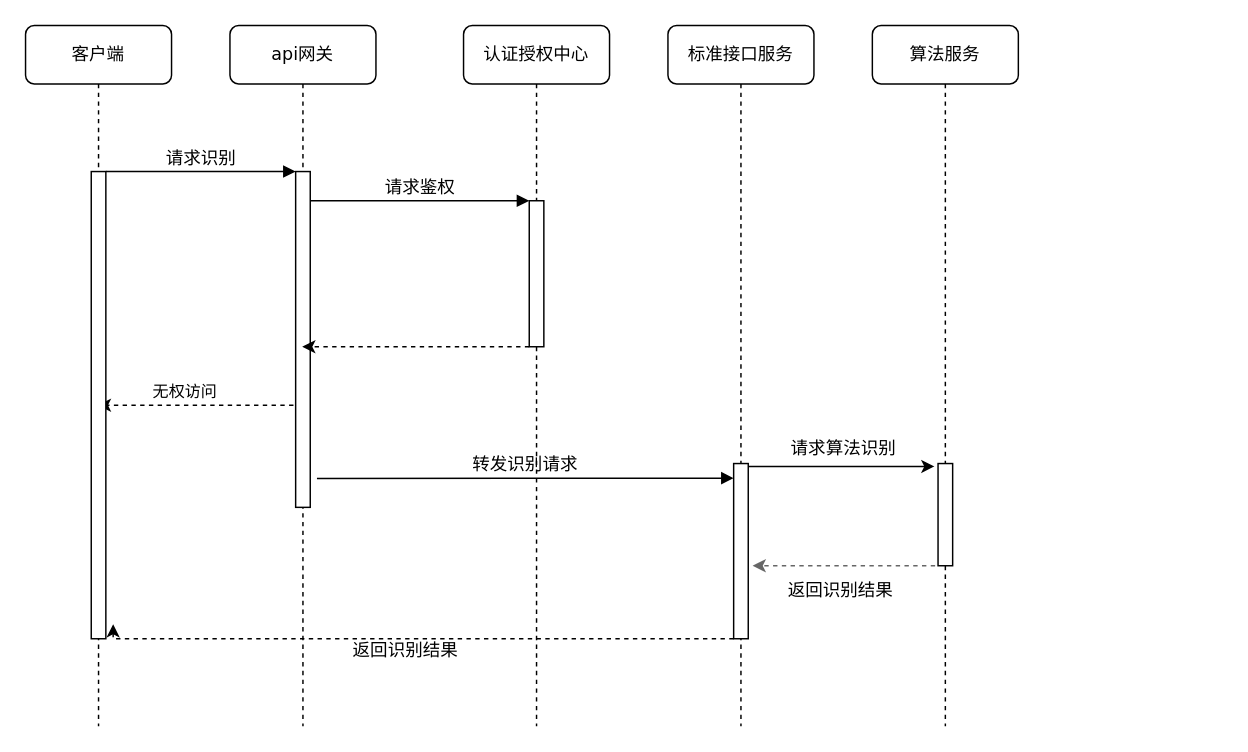
Above: server-image.drawio in luyuandeng/drawio (draw.io), before the change. Source tidied: cells renumbered, new cells numbered last; positions are measured from the earlier drawing's top-left corner, leaving out a move shared by most shapes. Both pictures are drawn from the tidied source at 146%, with x=0, y=0 at pixel (25, 25).
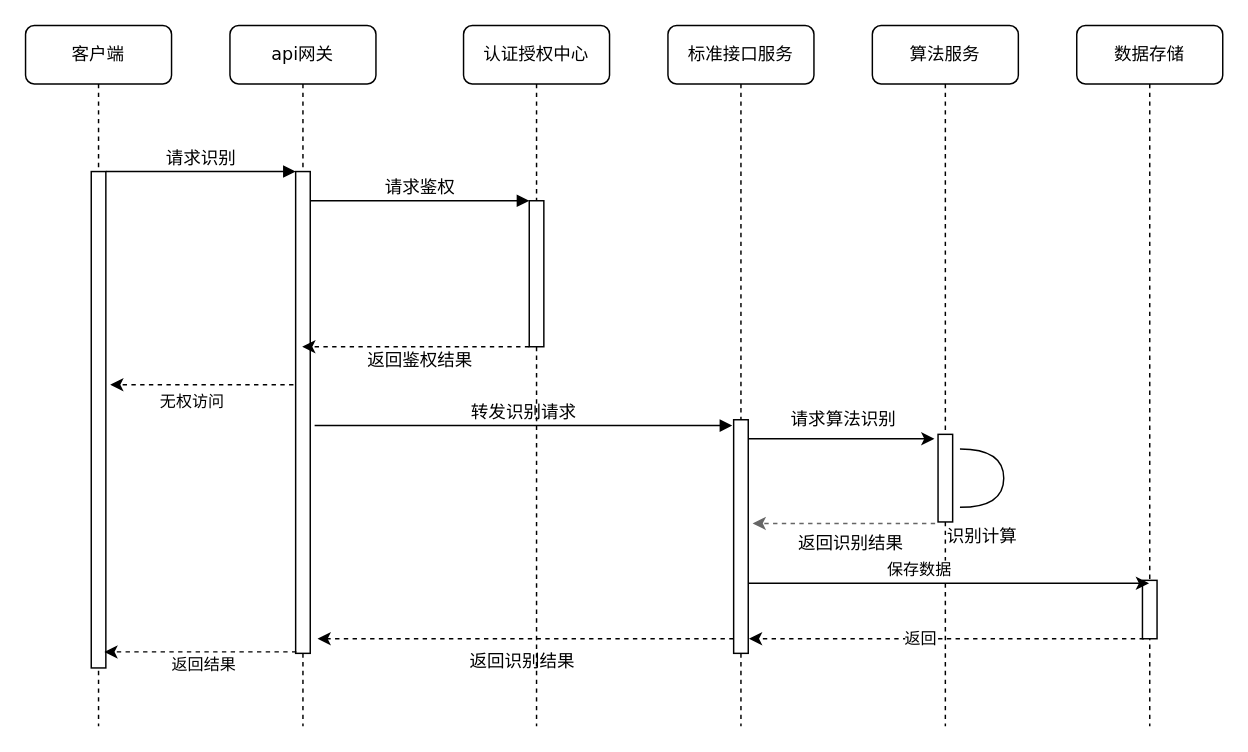
Above is the later version.

Unchanged cells that the change refers to:
```xml
<mxCell id="4" value="api网关" style="shape=umlLifeline;perimeter=lifelinePerimeter;whiteSpace=wrap;html=1;outlineConnect=0;rounded=1;shadow=0;comic=0;labelBackgroundColor=none;strokeWidth=1;fontFamily=Verdana;fontSize=12;align=center;" parent="1" vertex="1">
  <mxGeometry x="140" width="100" height="480" as="geometry" />
</mxCell>
<mxCell id="10" value="客户端" style="shape=umlLifeline;perimeter=lifelinePerimeter;whiteSpace=wrap;html=1;outlineConnect=0;rounded=1;shadow=0;comic=0;labelBackgroundColor=none;strokeWidth=1;fontFamily=Verdana;fontSize=12;align=center;" parent="1" vertex="1">
  <mxGeometry width="100" height="480" as="geometry" />
</mxCell>
```

The edit, as a diff of the source:
```diff
@@
-    <mxCell id="2" style="edgeStyle=orthogonalEdgeStyle;rounded=0;jettySize=auto;html=1;dashed=1;" parent="1" edge="1" source="4" target="10">
+    <mxCell id="2" style="edgeStyle=orthogonalEdgeStyle;rounded=0;orthogonalLoop=1;jettySize=auto;html=1;dashed=1;entryX=1.3;entryY=0.503;entryDx=0;entryDy=0;entryPerimeter=0;" parent="1" edge="1">
       <mxGeometry relative="1" as="geometry">
+        <mxPoint x="189.5" y="246" as="sourcePoint" />
+        <mxPoint x="58" y="246" as="targetPoint" />
         <Array as="points">
-          <mxPoint x="130" y="260" />
-          <mxPoint x="130" y="260" />
+          <mxPoint x="120" y="246" />
+          <mxPoint x="120" y="246" />
         </Array>
       </mxGeometry>
     </mxCell>
     <mxCell id="3" value="无权访问" style="edgeLabel;html=1;align=center;verticalAlign=middle;" parent="2" vertex="1">
       <mxGeometry x="0.15" y="-4" relative="1" as="geometry">
-        <mxPoint y="-6" as="offset" />
+        <mxPoint y="15" as="offset" />
       </mxGeometry>
     </mxCell>
@@
     <mxCell id="5" style="html=1;points=[];perimeter=orthogonalPerimeter;rounded=0;shadow=0;comic=0;labelBackgroundColor=none;strokeWidth=1;fontFamily=Verdana;fontSize=12;align=center;" parent="4" vertex="1">
-      <mxGeometry x="45" y="100" width="10" height="230" as="geometry" />
+      <mxGeometry x="45" y="100" width="10" height="330" as="geometry" />
     </mxCell>
@@
     <mxCell id="11" style="html=1;points=[];perimeter=orthogonalPerimeter;rounded=0;shadow=0;comic=0;labelBackgroundColor=none;strokeWidth=1;fontFamily=Verdana;fontSize=12;align=center;" parent="10" vertex="1">
-      <mxGeometry x="45" y="100" width="10" height="320" as="geometry" />
+      <mxGeometry x="45" y="100" width="10" height="340" as="geometry" />
     </mxCell>
     <mxCell id="12" style="edgeStyle=orthogonalEdgeStyle;rounded=0;orthogonalLoop=1;jettySize=auto;html=1;" parent="1" edge="1">
       <mxGeometry relative="1" as="geometry">
-        <mxPoint x="493" y="302" as="sourcePoint" />
-        <mxPoint x="622.5" y="302" as="targetPoint" />
+        <mxPoint x="493" y="283" as="sourcePoint" />
+        <mxPoint x="622.5" y="283" as="targetPoint" />
         <Array as="points">
-          <mxPoint x="563" y="302" />
-          <mxPoint x="563" y="302" />
+          <mxPoint x="563" y="283" />
+          <mxPoint x="563" y="283" />
         </Array>
       </mxGeometry>
     </mxCell>
     <mxCell id="13" style="edgeStyle=orthogonalEdgeStyle;rounded=0;jettySize=auto;html=1;dashed=1;" parent="1" edge="1" source="14">
       <mxGeometry relative="1" as="geometry">
-        <mxPoint x="60" y="410" as="targetPoint" />
+        <mxPoint x="200" y="420" as="targetPoint" />
         <Array as="points">
           <mxPoint x="490" y="420" />
           <mxPoint x="60" y="420" />
         </Array>
       </mxGeometry>
     </mxCell>
     <mxCell id="14" style="html=1;points=[];perimeter=orthogonalPerimeter;rounded=0;shadow=0;comic=0;labelBackgroundColor=none;strokeWidth=1;fontFamily=Verdana;fontSize=12;align=center;" parent="1" vertex="1">
-      <mxGeometry x="485" y="300" width="10" height="120" as="geometry" />
+      <mxGeometry x="485" y="270" width="10" height="160" as="geometry" />
     </mxCell>
-    <mxCell id="15" value="转发识别请求" style="html=1;verticalAlign=bottom;endArrow=block;labelBackgroundColor=none;fontFamily=Verdana;fontSize=12;edgeStyle=elbowEdgeStyle;elbow=vertical;exitX=1.46;exitY=0.914;exitDx=0;exitDy=0;exitPerimeter=0;" parent="1" edge="1" source="5" target="14">
+    <mxCell id="15" value="转发识别请求" style="html=1;verticalAlign=bottom;endArrow=block;labelBackgroundColor=none;fontFamily=Verdana;fontSize=12;edgeStyle=elbowEdgeStyle;elbow=vertical;" parent="1" edge="1">
       <mxGeometry relative="1" as="geometry">
+        <mxPoint x="198" y="274" as="sourcePoint" />
+        <mxPoint x="484" y="274" as="targetPoint" />
         <Array as="points">
-          <mxPoint x="200" y="310" />
-          <mxPoint x="280" y="320" />
-          <mxPoint x="300" y="290" />
-          <mxPoint x="190" y="290" />
-          <mxPoint x="360" y="140" />
+          <mxPoint x="379" y="274" />
+          <mxPoint x="199" y="304" />
+          <mxPoint x="279" y="314" />
+          <mxPoint x="299" y="284" />
+          <mxPoint x="189" y="284" />
+          <mxPoint x="359" y="134" />
         </Array>
       </mxGeometry>
     </mxCell>
     <mxCell id="16" style="edgeStyle=orthogonalEdgeStyle;rounded=0;orthogonalLoop=1;jettySize=auto;html=1;fillColor=#f5f5f5;strokeColor=#666666;dashed=1;" parent="1" edge="1">
       <mxGeometry relative="1" as="geometry">
-        <mxPoint x="623" y="370" as="sourcePoint" />
-        <mxPoint x="498" y="370" as="targetPoint" />
+        <mxPoint x="623" y="341" as="sourcePoint" />
+        <mxPoint x="498" y="341" as="targetPoint" />
         <Array as="points">
-          <mxPoint x="608" y="370" />
-          <mxPoint x="608" y="370" />
+          <mxPoint x="608" y="341" />
+          <mxPoint x="608" y="341" />
         </Array>
       </mxGeometry>
     </mxCell>
     <mxCell id="17" style="html=1;perimeter=orthogonalPerimeter;rounded=0;shadow=0;comic=0;labelBackgroundColor=none;strokeWidth=1;fontFamily=Verdana;fontSize=12;align=center;" parent="1" vertex="1">
-      <mxGeometry x="625" y="300" width="10" height="70" as="geometry" />
+      <mxGeometry x="625" y="280" width="10" height="60" as="geometry" />
     </mxCell>
@@
     <mxCell id="21" value="请求算法识别" style="text;html=1;align=center;verticalAlign=middle;" parent="1" vertex="1">
-      <mxGeometry x="515" y="280" width="90" height="20" as="geometry" />
+      <mxGeometry x="515" y="260" width="90" height="20" as="geometry" />
     </mxCell>
     <mxCell id="22" value="返回识别结果" style="text;html=1;align=center;verticalAlign=middle;" parent="1" vertex="1">
-      <mxGeometry x="513" y="377" width="90" height="20" as="geometry" />
+      <mxGeometry x="520" y="345" width="90" height="20" as="geometry" />
     </mxCell>
     <mxCell id="23" value="返回识别结果" style="text;html=1;align=center;verticalAlign=middle;" parent="1" vertex="1">
-      <mxGeometry x="215" y="418" width="90" height="20" as="geometry" />
+      <mxGeometry x="295" y="426" width="90" height="20" as="geometry" />
     </mxCell>
+    <mxCell id="24" value="返回鉴权结果" style="text;html=1;align=center;verticalAlign=middle;" parent="1" vertex="1">
+      <mxGeometry x="225" y="220" width="90" height="20" as="geometry" />
+    </mxCell>
+    <mxCell id="25" value="数据存储" style="shape=umlLifeline;perimeter=lifelinePerimeter;whiteSpace=wrap;html=1;rounded=1;shadow=0;comic=0;labelBackgroundColor=none;strokeWidth=1;fontFamily=Verdana;fontSize=12;align=center;" parent="1" vertex="1">
+      <mxGeometry x="720" width="100" height="480" as="geometry" />
+    </mxCell>
+    <mxCell id="26" style="html=1;perimeter=orthogonalPerimeter;rounded=0;shadow=0;comic=0;labelBackgroundColor=none;strokeWidth=1;fontFamily=Verdana;fontSize=12;align=center;" parent="25" vertex="1">
+      <mxGeometry x="45" y="380" width="10" height="40" as="geometry" />
+    </mxCell>
+    <mxCell id="27" value="识别计算" style="shape=requiredInterface;html=1;verticalLabelPosition=bottom;" parent="1" vertex="1">
+      <mxGeometry x="640" y="290" width="30" height="40" as="geometry" />
+    </mxCell>
+    <mxCell id="28" style="edgeStyle=orthogonalEdgeStyle;rounded=0;orthogonalLoop=1;jettySize=auto;html=1;" parent="1" edge="1">
+      <mxGeometry relative="1" as="geometry">
+        <mxPoint x="495.2" y="382" as="sourcePoint" />
+        <mxPoint x="769.5" y="382" as="targetPoint" />
+        <Array as="points">
+          <mxPoint x="710" y="382" />
+          <mxPoint x="710" y="382" />
+        </Array>
+      </mxGeometry>
+    </mxCell>
+    <mxCell id="29" value="保存数据" style="edgeLabel;html=1;align=center;verticalAlign=middle;" parent="28" vertex="1">
+      <mxGeometry x="-0.19" relative="1" as="geometry">
+        <mxPoint x="5" y="-10" as="offset" />
+      </mxGeometry>
+    </mxCell>
+    <mxCell id="30" style="edgeStyle=orthogonalEdgeStyle;rounded=0;orthogonalLoop=1;jettySize=auto;html=1;dashed=1;" parent="1" edge="1">
+      <mxGeometry relative="1" as="geometry">
+        <mxPoint x="766" y="420" as="sourcePoint" />
+        <mxPoint x="495.5" y="420" as="targetPoint" />
+        <Array as="points">
+          <mxPoint x="606" y="420" />
+          <mxPoint x="606" y="420" />
+        </Array>
+      </mxGeometry>
+    </mxCell>
+    <mxCell id="31" value="返回" style="edgeLabel;html=1;align=center;verticalAlign=middle;" parent="30" vertex="1">
+      <mxGeometry x="0.14" y="-1" relative="1" as="geometry" />
+    </mxCell>
+    <mxCell id="32" style="edgeStyle=orthogonalEdgeStyle;rounded=0;orthogonalLoop=1;jettySize=auto;html=1;dashed=1;entryX=1.3;entryY=0.503;entryDx=0;entryDy=0;entryPerimeter=0;" parent="1" edge="1">
+      <mxGeometry relative="1" as="geometry">
+        <mxPoint x="185.5" y="429" as="sourcePoint" />
+        <mxPoint x="54" y="429" as="targetPoint" />
+        <Array as="points">
+          <mxPoint x="116" y="429" />
+          <mxPoint x="116" y="429" />
+        </Array>
+      </mxGeometry>
+    </mxCell>
+    <mxCell id="33" value="返回结果" style="edgeLabel;html=1;align=center;verticalAlign=middle;" parent="32" vertex="1">
+      <mxGeometry x="0.15" y="-4" relative="1" as="geometry">
+        <mxPoint x="12" y="12" as="offset" />
+      </mxGeometry>
+    </mxCell>
```
